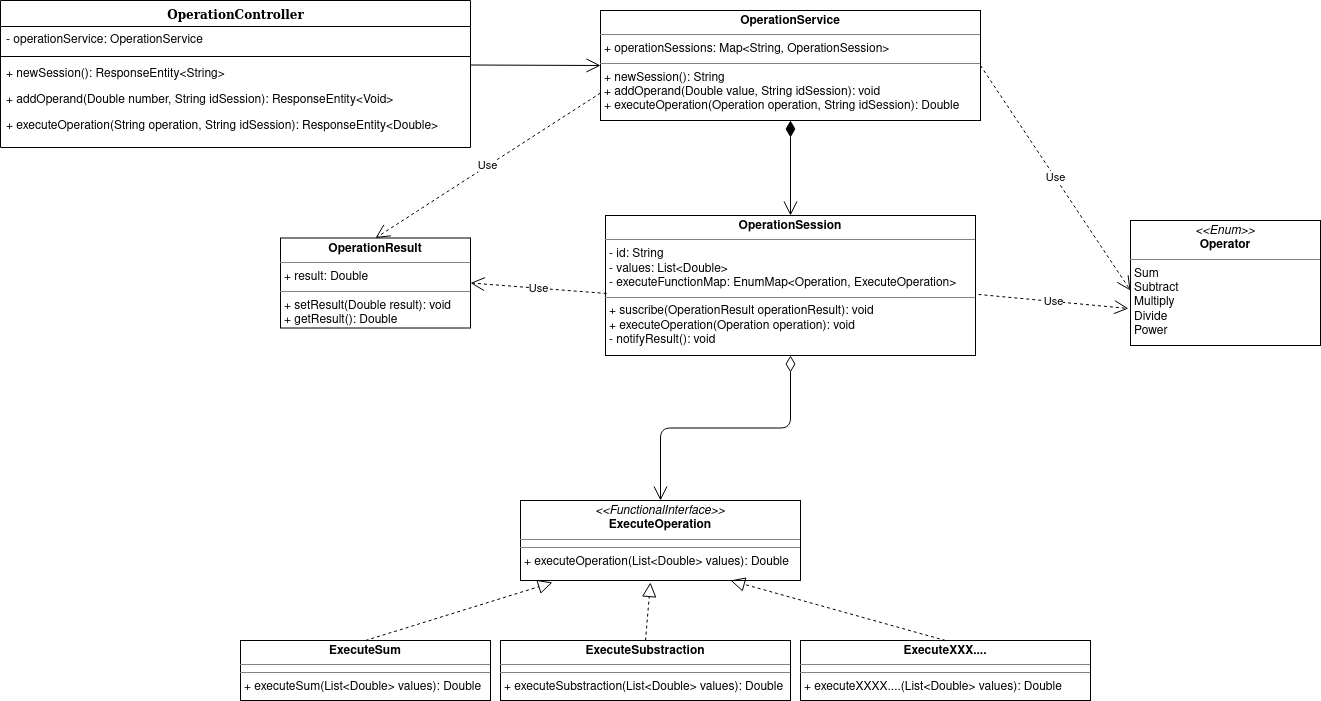
Above: DiagramClass.drawio.png in enavarrom/operatortest (draw.io), before the change. Source tidied: cells renumbered, new cells last; positions are measured from the earlier drawing's top-left corner, leaving out a move shared by most shapes. Its diagram source:
```xml
<mxGraphModel>
  <root>
    <mxCell id="0" />
    <mxCell id="1" parent="0" />
    <mxCell id="2" value="&lt;div&gt;OperationController&lt;/div&gt;" style="swimlane;html=1;fontStyle=1;align=center;verticalAlign=top;horizontal=1;startSize=26;swimlaneFillColor=#ffffff;rounded=0;shadow=0;comic=0;labelBackgroundColor=none;strokeWidth=1;fillColor=none;fontFamily=Verdana;fontSize=12;" parent="1" vertex="1">
      <mxGeometry width="470" height="147" as="geometry" />
    </mxCell>
    <mxCell id="3" value="- operationService: OperationService" style="text;html=1;strokeColor=none;fillColor=none;align=left;verticalAlign=top;spacingLeft=4;spacingRight=4;whiteSpace=wrap;overflow=hidden;" parent="2" vertex="1">
      <mxGeometry y="26" width="470" height="26" as="geometry" />
    </mxCell>
    <mxCell id="4" style="line;html=1;strokeWidth=1;fillColor=none;align=left;verticalAlign=middle;spacingTop=-1;spacingLeft=3;spacingRight=3;labelPosition=right;" parent="2" vertex="1">
      <mxGeometry y="52" width="470" height="8" as="geometry" />
    </mxCell>
    <mxCell id="5" value="+ newSession(): ResponseEntity&amp;lt;String&amp;gt;" style="text;html=1;strokeColor=none;fillColor=none;align=left;verticalAlign=top;spacingLeft=4;spacingRight=4;whiteSpace=wrap;overflow=hidden;" parent="2" vertex="1">
      <mxGeometry y="60" width="470" height="26" as="geometry" />
    </mxCell>
    <mxCell id="6" value="+ addOperand(Double number, String idSession): ResponseEntity&amp;lt;Void&amp;gt;" style="text;html=1;strokeColor=none;fillColor=none;align=left;verticalAlign=top;spacingLeft=4;spacingRight=4;whiteSpace=wrap;overflow=hidden;" parent="2" vertex="1">
      <mxGeometry y="86" width="470" height="26" as="geometry" />
    </mxCell>
    <mxCell id="7" value="+ executeOperation(String operation, String idSession): ResponseEntity&amp;lt;Double&amp;gt;" style="text;html=1;strokeColor=none;fillColor=none;align=left;verticalAlign=top;spacingLeft=4;spacingRight=4;whiteSpace=wrap;overflow=hidden;" parent="2" vertex="1">
      <mxGeometry y="112" width="470" height="26" as="geometry" />
    </mxCell>
    <mxCell id="8" value="&lt;p style=&quot;margin: 0px ; margin-top: 4px ; text-align: center&quot;&gt;&lt;b&gt;OperationResult&lt;/b&gt;&lt;/p&gt;&lt;hr size=&quot;1&quot;&gt;&lt;p style=&quot;margin: 0px ; margin-left: 4px&quot;&gt;+ result: Double&lt;br&gt;&lt;/p&gt;&lt;hr size=&quot;1&quot;&gt;&lt;p style=&quot;margin: 0px ; margin-left: 4px&quot;&gt;+ setResult(Double result): void&lt;/p&gt;&lt;p style=&quot;margin: 0px ; margin-left: 4px&quot;&gt;+ getResult(): Double&lt;br&gt;&lt;/p&gt;" style="verticalAlign=top;align=left;overflow=fill;fontSize=12;fontFamily=Helvetica;html=1;" parent="1" vertex="1">
      <mxGeometry x="280" y="237.5" width="190" height="90" as="geometry" />
    </mxCell>
    <mxCell id="9" value="&lt;p style=&quot;margin: 0px ; margin-top: 4px ; text-align: center&quot;&gt;&lt;i&gt;&amp;lt;&amp;lt;Enum&amp;gt;&amp;gt;&lt;/i&gt;&lt;br&gt;&lt;b&gt;Operator&lt;/b&gt;&lt;/p&gt;&lt;hr size=&quot;1&quot;&gt;&lt;p style=&quot;margin: 0px ; margin-left: 4px&quot;&gt;Sum&lt;/p&gt;&lt;p style=&quot;margin: 0px ; margin-left: 4px&quot;&gt;Subtract&lt;br&gt;&lt;/p&gt;&lt;p style=&quot;margin: 0px ; margin-left: 4px&quot;&gt;Multiply&lt;/p&gt;&lt;p style=&quot;margin: 0px ; margin-left: 4px&quot;&gt;Divide&lt;/p&gt;&lt;p style=&quot;margin: 0px ; margin-left: 4px&quot;&gt;Power&lt;br&gt;&lt;/p&gt;&lt;p style=&quot;margin: 0px ; margin-left: 4px&quot;&gt;&lt;br&gt;&lt;/p&gt;&lt;hr size=&quot;1&quot;&gt;" style="verticalAlign=top;align=left;overflow=fill;fontSize=12;fontFamily=Helvetica;html=1;" parent="1" vertex="1">
      <mxGeometry x="1130" y="220" width="190" height="125" as="geometry" />
    </mxCell>
    <mxCell id="10" value="&lt;p style=&quot;margin: 0px ; margin-top: 4px ; text-align: center&quot;&gt;&lt;b&gt;OperationSession&lt;/b&gt;&lt;/p&gt;&lt;hr size=&quot;1&quot;&gt;&lt;p style=&quot;margin: 0px ; margin-left: 4px&quot;&gt;- id: String&lt;br&gt;- values: List&amp;lt;Double&amp;gt;&lt;/p&gt;&lt;p style=&quot;margin: 0px ; margin-left: 4px&quot;&gt;- executeFunctionMap: EnumMap&amp;lt;Operation, ExecuteOperation&amp;gt;&lt;br&gt;&lt;/p&gt;&lt;hr size=&quot;1&quot;&gt;&lt;p style=&quot;margin: 0px ; margin-left: 4px&quot;&gt;+ suscribe(OperationResult operationResult): void&lt;br&gt;+ executeOperation(Operation operation): void&lt;/p&gt;&lt;p style=&quot;margin: 0px ; margin-left: 4px&quot;&gt;- notifyResult(): void&lt;br&gt;&lt;/p&gt;" style="verticalAlign=top;align=left;overflow=fill;fontSize=12;fontFamily=Helvetica;html=1;" parent="1" vertex="1">
      <mxGeometry x="605" y="215" width="370" height="140" as="geometry" />
    </mxCell>
    <mxCell id="11" value="&lt;p style=&quot;margin: 0px ; margin-top: 4px ; text-align: center&quot;&gt;&lt;b&gt;OperationService&lt;/b&gt;&lt;br&gt;&lt;/p&gt;&lt;hr size=&quot;1&quot;&gt;&lt;p style=&quot;margin: 0px ; margin-left: 4px&quot;&gt;+ operationSessions: Map&amp;lt;String, OperationSession&amp;gt;&lt;/p&gt;&lt;hr size=&quot;1&quot;&gt;&lt;p style=&quot;margin: 0px ; margin-left: 4px&quot;&gt;+ newSession(): String&lt;/p&gt;&lt;p style=&quot;margin: 0px ; margin-left: 4px&quot;&gt;+ addOperand(Double value, String idSession): void&lt;/p&gt;&lt;p style=&quot;margin: 0px ; margin-left: 4px&quot;&gt;+ executeOperation(Operation operation, String idSession): Double&lt;br&gt;&lt;/p&gt;" style="verticalAlign=top;align=left;overflow=fill;fontSize=12;fontFamily=Helvetica;html=1;" parent="1" vertex="1">
      <mxGeometry x="600" y="10" width="380" height="110" as="geometry" />
    </mxCell>
    <mxCell id="12" value="&lt;p style=&quot;margin: 0px ; margin-top: 4px ; text-align: center&quot;&gt;&lt;i&gt;&amp;lt;&amp;lt;FunctionalInterface&amp;gt;&amp;gt;&lt;/i&gt;&lt;br&gt;&lt;b&gt;ExecuteOperation&lt;/b&gt;&lt;/p&gt;&lt;hr size=&quot;1&quot;&gt;&lt;hr size=&quot;1&quot;&gt;&lt;p style=&quot;margin: 0px ; margin-left: 4px&quot;&gt;+ executeOperation(List&amp;lt;Double&amp;gt; values): Double&lt;br&gt;&lt;/p&gt;" style="verticalAlign=top;align=left;overflow=fill;fontSize=12;fontFamily=Helvetica;html=1;" parent="1" vertex="1">
      <mxGeometry x="520" y="500" width="280" height="80" as="geometry" />
    </mxCell>
    <mxCell id="13" value="&lt;p style=&quot;margin: 0px ; margin-top: 4px ; text-align: center&quot;&gt;&lt;b&gt;ExecuteSum&lt;/b&gt;&lt;br&gt;&lt;/p&gt;&lt;hr size=&quot;1&quot;&gt;&lt;hr size=&quot;1&quot;&gt;&lt;p style=&quot;margin: 0px ; margin-left: 4px&quot;&gt;+ executeSum(List&amp;lt;Double&amp;gt; values): Double&lt;/p&gt;" style="verticalAlign=top;align=left;overflow=fill;fontSize=12;fontFamily=Helvetica;html=1;" parent="1" vertex="1">
      <mxGeometry x="240" y="640" width="250" height="60" as="geometry" />
    </mxCell>
    <mxCell id="14" style="endArrow=block;dashed=1;endFill=0;endSize=12;html=1;exitX=0.5;exitY=0;exitDx=0;exitDy=0;entryX=0.114;entryY=1.025;entryDx=0;entryDy=0;entryPerimeter=0;" parent="1" edge="1" source="13" target="12">
      <mxGeometry relative="1" as="geometry" />
    </mxCell>
    <mxCell id="15" value="&lt;p style=&quot;margin: 0px ; margin-top: 4px ; text-align: center&quot;&gt;&lt;b&gt;ExecuteSubstraction&lt;/b&gt;&lt;br&gt;&lt;/p&gt;&lt;hr size=&quot;1&quot;&gt;&lt;hr size=&quot;1&quot;&gt;&lt;p style=&quot;margin: 0px ; margin-left: 4px&quot;&gt;+ executeSubstraction(List&amp;lt;Double&amp;gt; values): Double&lt;/p&gt;" style="verticalAlign=top;align=left;overflow=fill;fontSize=12;fontFamily=Helvetica;html=1;" parent="1" vertex="1">
      <mxGeometry x="500" y="640" width="290" height="60" as="geometry" />
    </mxCell>
    <mxCell id="16" style="endArrow=block;dashed=1;endFill=0;endSize=12;html=1;exitX=0.5;exitY=0;exitDx=0;exitDy=0;entryX=0.464;entryY=1.025;entryDx=0;entryDy=0;entryPerimeter=0;" parent="1" edge="1" source="15" target="12">
      <mxGeometry relative="1" as="geometry" />
    </mxCell>
    <mxCell id="17" value="&lt;p style=&quot;margin: 0px ; margin-top: 4px ; text-align: center&quot;&gt;&lt;b&gt;ExecuteXXX....&lt;/b&gt;&lt;br&gt;&lt;/p&gt;&lt;hr size=&quot;1&quot;&gt;&lt;hr size=&quot;1&quot;&gt;&lt;p style=&quot;margin: 0px ; margin-left: 4px&quot;&gt;+ executeXXXX....(List&amp;lt;Double&amp;gt; values): Double&lt;/p&gt;" style="verticalAlign=top;align=left;overflow=fill;fontSize=12;fontFamily=Helvetica;html=1;" parent="1" vertex="1">
      <mxGeometry x="800" y="640" width="290" height="60" as="geometry" />
    </mxCell>
    <mxCell id="18" style="endArrow=block;dashed=1;endFill=0;endSize=12;html=1;exitX=0.5;exitY=0;exitDx=0;exitDy=0;entryX=0.75;entryY=1;entryDx=0;entryDy=0;" parent="1" edge="1" source="17" target="12">
      <mxGeometry relative="1" as="geometry" />
    </mxCell>
    <mxCell id="19" style="endArrow=open;html=1;endSize=12;startArrow=diamondThin;startSize=14;startFill=0;edgeStyle=orthogonalEdgeStyle;align=left;verticalAlign=bottom;exitX=0.5;exitY=1;exitDx=0;exitDy=0;entryX=0.5;entryY=0;entryDx=0;entryDy=0;" parent="1" edge="1" source="10" target="12">
      <mxGeometry x="-1" y="3" relative="1" as="geometry" />
    </mxCell>
    <mxCell id="20" style="endArrow=open;html=1;endSize=12;startArrow=diamondThin;startSize=14;startFill=1;edgeStyle=orthogonalEdgeStyle;align=left;verticalAlign=bottom;exitX=0.5;exitY=1;exitDx=0;exitDy=0;entryX=0.5;entryY=0;entryDx=0;entryDy=0;" parent="1" edge="1" source="11" target="10">
      <mxGeometry x="-1" y="3" relative="1" as="geometry" />
    </mxCell>
    <mxCell id="21" style="endArrow=open;endFill=1;endSize=12;html=1;" parent="1" edge="1">
      <mxGeometry relative="1" as="geometry">
        <mxPoint x="470" y="64.5" as="sourcePoint" />
        <mxPoint x="600" y="65" as="targetPoint" />
      </mxGeometry>
    </mxCell>
    <mxCell id="22" value="Use" style="endArrow=open;endSize=12;dashed=1;html=1;exitX=0;exitY=0.75;exitDx=0;exitDy=0;entryX=0.5;entryY=0;entryDx=0;entryDy=0;" parent="1" edge="1" source="11" target="8">
      <mxGeometry relative="1" as="geometry" />
    </mxCell>
    <mxCell id="23" value="Use" style="endArrow=open;endSize=12;dashed=1;html=1;exitX=1;exitY=0.5;exitDx=0;exitDy=0;" parent="1" edge="1" source="11">
      <mxGeometry relative="1" as="geometry">
        <mxPoint x="1130" y="290" as="targetPoint" />
      </mxGeometry>
    </mxCell>
    <mxCell id="24" value="Use" style="endArrow=open;endSize=12;dashed=1;html=1;exitX=1.008;exitY=0.564;exitDx=0;exitDy=0;exitPerimeter=0;entryX=-0.011;entryY=0.704;entryDx=0;entryDy=0;entryPerimeter=0;" parent="1" edge="1" source="10" target="9">
      <mxGeometry relative="1" as="geometry" />
    </mxCell>
    <mxCell id="25" value="Use" style="endArrow=open;endSize=12;dashed=1;html=1;exitX=0.003;exitY=0.557;exitDx=0;exitDy=0;entryX=1;entryY=0.5;entryDx=0;entryDy=0;exitPerimeter=0;" parent="1" edge="1" source="10" target="8">
      <mxGeometry relative="1" as="geometry" />
    </mxCell>
  </root>
</mxGraphModel>
```
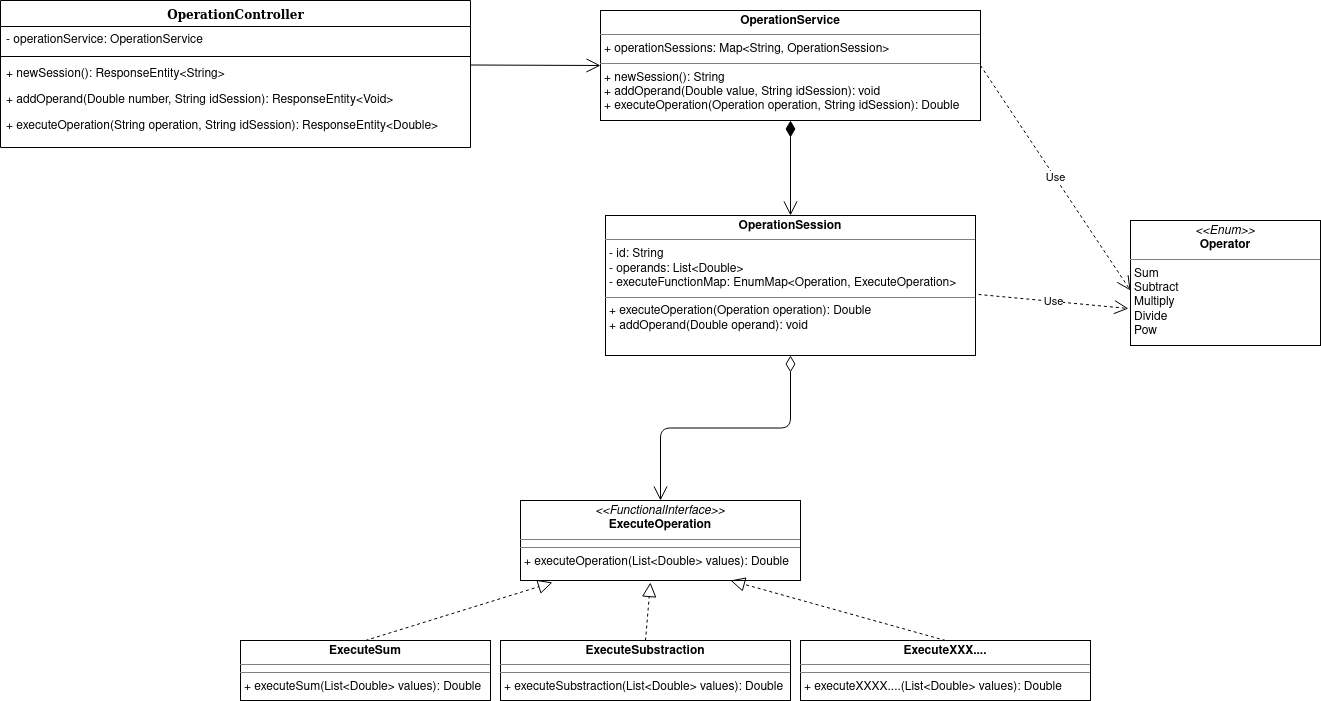
After the commit.

Diff of the diagram source:
```diff
@@ -20,13 +20,10 @@
     <mxCell id="7" value="+ executeOperation(String operation, String idSession): ResponseEntity&amp;lt;Double&amp;gt;" style="text;html=1;strokeColor=none;fillColor=none;align=left;verticalAlign=top;spacingLeft=4;spacingRight=4;whiteSpace=wrap;overflow=hidden;" parent="2" vertex="1">
       <mxGeometry y="112" width="470" height="26" as="geometry" />
     </mxCell>
-    <mxCell id="8" value="&lt;p style=&quot;margin: 0px ; margin-top: 4px ; text-align: center&quot;&gt;&lt;b&gt;OperationResult&lt;/b&gt;&lt;/p&gt;&lt;hr size=&quot;1&quot;&gt;&lt;p style=&quot;margin: 0px ; margin-left: 4px&quot;&gt;+ result: Double&lt;br&gt;&lt;/p&gt;&lt;hr size=&quot;1&quot;&gt;&lt;p style=&quot;margin: 0px ; margin-left: 4px&quot;&gt;+ setResult(Double result): void&lt;/p&gt;&lt;p style=&quot;margin: 0px ; margin-left: 4px&quot;&gt;+ getResult(): Double&lt;br&gt;&lt;/p&gt;" style="verticalAlign=top;align=left;overflow=fill;fontSize=12;fontFamily=Helvetica;html=1;" parent="1" vertex="1">
-      <mxGeometry x="280" y="237.5" width="190" height="90" as="geometry" />
-    </mxCell>
-    <mxCell id="9" value="&lt;p style=&quot;margin: 0px ; margin-top: 4px ; text-align: center&quot;&gt;&lt;i&gt;&amp;lt;&amp;lt;Enum&amp;gt;&amp;gt;&lt;/i&gt;&lt;br&gt;&lt;b&gt;Operator&lt;/b&gt;&lt;/p&gt;&lt;hr size=&quot;1&quot;&gt;&lt;p style=&quot;margin: 0px ; margin-left: 4px&quot;&gt;Sum&lt;/p&gt;&lt;p style=&quot;margin: 0px ; margin-left: 4px&quot;&gt;Subtract&lt;br&gt;&lt;/p&gt;&lt;p style=&quot;margin: 0px ; margin-left: 4px&quot;&gt;Multiply&lt;/p&gt;&lt;p style=&quot;margin: 0px ; margin-left: 4px&quot;&gt;Divide&lt;/p&gt;&lt;p style=&quot;margin: 0px ; margin-left: 4px&quot;&gt;Power&lt;br&gt;&lt;/p&gt;&lt;p style=&quot;margin: 0px ; margin-left: 4px&quot;&gt;&lt;br&gt;&lt;/p&gt;&lt;hr size=&quot;1&quot;&gt;" style="verticalAlign=top;align=left;overflow=fill;fontSize=12;fontFamily=Helvetica;html=1;" parent="1" vertex="1">
+    <mxCell id="9" value="&lt;p style=&quot;margin: 0px ; margin-top: 4px ; text-align: center&quot;&gt;&lt;i&gt;&amp;lt;&amp;lt;Enum&amp;gt;&amp;gt;&lt;/i&gt;&lt;br&gt;&lt;b&gt;Operator&lt;/b&gt;&lt;/p&gt;&lt;hr size=&quot;1&quot;&gt;&lt;p style=&quot;margin: 0px ; margin-left: 4px&quot;&gt;Sum&lt;/p&gt;&lt;p style=&quot;margin: 0px ; margin-left: 4px&quot;&gt;Subtract&lt;br&gt;&lt;/p&gt;&lt;p style=&quot;margin: 0px ; margin-left: 4px&quot;&gt;Multiply&lt;/p&gt;&lt;p style=&quot;margin: 0px ; margin-left: 4px&quot;&gt;Divide&lt;/p&gt;&lt;p style=&quot;margin: 0px ; margin-left: 4px&quot;&gt;Pow&lt;br&gt;&lt;/p&gt;&lt;p style=&quot;margin: 0px ; margin-left: 4px&quot;&gt;&lt;br&gt;&lt;/p&gt;&lt;hr size=&quot;1&quot;&gt;" style="verticalAlign=top;align=left;overflow=fill;fontSize=12;fontFamily=Helvetica;html=1;" parent="1" vertex="1">
       <mxGeometry x="1130" y="220" width="190" height="125" as="geometry" />
     </mxCell>
-    <mxCell id="10" value="&lt;p style=&quot;margin: 0px ; margin-top: 4px ; text-align: center&quot;&gt;&lt;b&gt;OperationSession&lt;/b&gt;&lt;/p&gt;&lt;hr size=&quot;1&quot;&gt;&lt;p style=&quot;margin: 0px ; margin-left: 4px&quot;&gt;- id: String&lt;br&gt;- values: List&amp;lt;Double&amp;gt;&lt;/p&gt;&lt;p style=&quot;margin: 0px ; margin-left: 4px&quot;&gt;- executeFunctionMap: EnumMap&amp;lt;Operation, ExecuteOperation&amp;gt;&lt;br&gt;&lt;/p&gt;&lt;hr size=&quot;1&quot;&gt;&lt;p style=&quot;margin: 0px ; margin-left: 4px&quot;&gt;+ suscribe(OperationResult operationResult): void&lt;br&gt;+ executeOperation(Operation operation): void&lt;/p&gt;&lt;p style=&quot;margin: 0px ; margin-left: 4px&quot;&gt;- notifyResult(): void&lt;br&gt;&lt;/p&gt;" style="verticalAlign=top;align=left;overflow=fill;fontSize=12;fontFamily=Helvetica;html=1;" parent="1" vertex="1">
+    <mxCell id="10" value="&lt;p style=&quot;margin: 0px ; margin-top: 4px ; text-align: center&quot;&gt;&lt;b&gt;OperationSession&lt;/b&gt;&lt;/p&gt;&lt;hr size=&quot;1&quot;&gt;&lt;p style=&quot;margin: 0px ; margin-left: 4px&quot;&gt;- id: String&lt;br&gt;- operands: List&amp;lt;Double&amp;gt;&lt;/p&gt;&lt;p style=&quot;margin: 0px ; margin-left: 4px&quot;&gt;- executeFunctionMap: EnumMap&amp;lt;Operation, ExecuteOperation&amp;gt;&lt;br&gt;&lt;/p&gt;&lt;hr size=&quot;1&quot;&gt;&lt;p style=&quot;margin: 0px ; margin-left: 4px&quot;&gt;+ executeOperation(Operation operation): Double&lt;/p&gt;&lt;p style=&quot;margin: 0px ; margin-left: 4px&quot;&gt;+ addOperand(Double operand): void&lt;br&gt;&lt;/p&gt;" style="verticalAlign=top;align=left;overflow=fill;fontSize=12;fontFamily=Helvetica;html=1;" parent="1" vertex="1">
       <mxGeometry x="605" y="215" width="370" height="140" as="geometry" />
     </mxCell>
     <mxCell id="11" value="&lt;p style=&quot;margin: 0px ; margin-top: 4px ; text-align: center&quot;&gt;&lt;b&gt;OperationService&lt;/b&gt;&lt;br&gt;&lt;/p&gt;&lt;hr size=&quot;1&quot;&gt;&lt;p style=&quot;margin: 0px ; margin-left: 4px&quot;&gt;+ operationSessions: Map&amp;lt;String, OperationSession&amp;gt;&lt;/p&gt;&lt;hr size=&quot;1&quot;&gt;&lt;p style=&quot;margin: 0px ; margin-left: 4px&quot;&gt;+ newSession(): String&lt;/p&gt;&lt;p style=&quot;margin: 0px ; margin-left: 4px&quot;&gt;+ addOperand(Double value, String idSession): void&lt;/p&gt;&lt;p style=&quot;margin: 0px ; margin-left: 4px&quot;&gt;+ executeOperation(Operation operation, String idSession): Double&lt;br&gt;&lt;/p&gt;" style="verticalAlign=top;align=left;overflow=fill;fontSize=12;fontFamily=Helvetica;html=1;" parent="1" vertex="1">
@@ -65,9 +62,6 @@
         <mxPoint x="600" y="65" as="targetPoint" />
       </mxGeometry>
     </mxCell>
-    <mxCell id="22" value="Use" style="endArrow=open;endSize=12;dashed=1;html=1;exitX=0;exitY=0.75;exitDx=0;exitDy=0;entryX=0.5;entryY=0;entryDx=0;entryDy=0;" parent="1" edge="1" source="11" target="8">
-      <mxGeometry relative="1" as="geometry" />
-    </mxCell>
     <mxCell id="23" value="Use" style="endArrow=open;endSize=12;dashed=1;html=1;exitX=1;exitY=0.5;exitDx=0;exitDy=0;" parent="1" edge="1" source="11">
       <mxGeometry relative="1" as="geometry">
         <mxPoint x="1130" y="290" as="targetPoint" />
@@ -76,8 +70,5 @@
     <mxCell id="24" value="Use" style="endArrow=open;endSize=12;dashed=1;html=1;exitX=1.008;exitY=0.564;exitDx=0;exitDy=0;exitPerimeter=0;entryX=-0.011;entryY=0.704;entryDx=0;entryDy=0;entryPerimeter=0;" parent="1" edge="1" source="10" target="9">
       <mxGeometry relative="1" as="geometry" />
     </mxCell>
-    <mxCell id="25" value="Use" style="endArrow=open;endSize=12;dashed=1;html=1;exitX=0.003;exitY=0.557;exitDx=0;exitDy=0;entryX=1;entryY=0.5;entryDx=0;entryDy=0;exitPerimeter=0;" parent="1" edge="1" source="10" target="8">
-      <mxGeometry relative="1" as="geometry" />
-    </mxCell>
   </root>
 </mxGraphModel>
```
